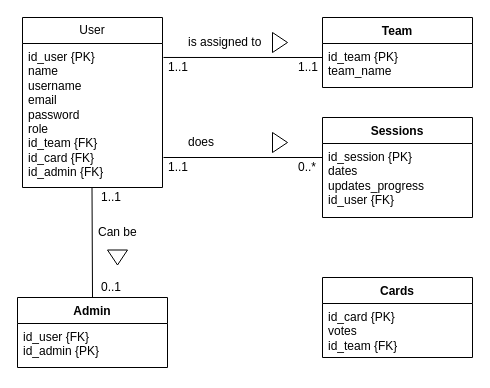
Above: ERD.drawio in frajdzia/HealthCheck (draw.io), before the change. Source tidied: cells renumbered, new cells numbered last; positions are measured from the earlier drawing's top-left corner, leaving out a move shared by most shapes. Both pictures are drawn from the tidied source at 100%, with x=0, y=0 at pixel (17, 17).
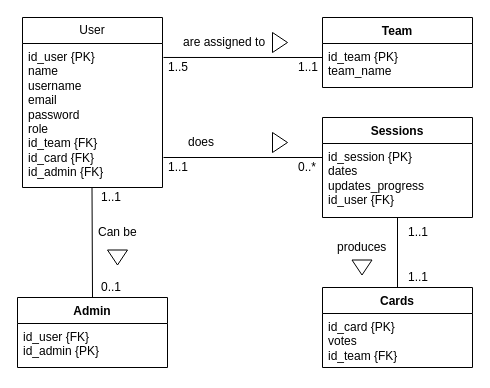
Above is the later version.

The change refers to these unchanged cells:
```xml
<mxCell id="7" value="id_session {PK}&lt;div&gt;dates&lt;/div&gt;&lt;div&gt;updates_progress&lt;/div&gt;&lt;div&gt;id_user {FK}&lt;/div&gt;" style="text;strokeColor=none;fillColor=none;align=left;verticalAlign=top;spacingLeft=4;spacingRight=4;overflow=hidden;points=[[0,0.5],[1,0.5]];portConstraint=eastwest;whiteSpace=wrap;html=1;" parent="6" vertex="1">
  <mxGeometry y="26" width="150" height="74" as="geometry" />
</mxCell>
```

The edit, as a diff of the source:
```diff
@@
     <mxCell id="8" value="Cards" style="swimlane;fontStyle=1;align=center;verticalAlign=top;horizontal=1;startSize=26;whiteSpace=wrap;html=1;" parent="1" vertex="1">
-      <mxGeometry x="305" y="260" width="150" height="80" as="geometry" />
+      <mxGeometry x="305" y="270" width="150" height="80" as="geometry" />
     </mxCell>
@@
-    <mxCell id="19" value="1..1" style="text;strokeColor=none;fillColor=none;align=left;verticalAlign=middle;spacingLeft=4;spacingRight=4;overflow=hidden;whiteSpace=wrap;html=1;" parent="1" vertex="1">
+    <mxCell id="19" value="1..5" style="text;strokeColor=none;fillColor=none;align=left;verticalAlign=middle;spacingLeft=4;spacingRight=4;overflow=hidden;whiteSpace=wrap;html=1;" parent="1" vertex="1">
       <mxGeometry x="145" y="40" width="30" height="20" as="geometry" />
     </mxCell>
-    <mxCell id="20" value="is assigned to" style="text;strokeColor=none;fillColor=none;align=left;verticalAlign=middle;spacingLeft=4;spacingRight=4;overflow=hidden;whiteSpace=wrap;html=1;" parent="1" vertex="1">
-      <mxGeometry x="165" y="10" width="90" height="30" as="geometry" />
+    <mxCell id="20" value="are assigned to" style="text;strokeColor=none;fillColor=none;align=left;verticalAlign=middle;spacingLeft=4;spacingRight=4;overflow=hidden;whiteSpace=wrap;html=1;" parent="1" vertex="1">
+      <mxGeometry x="160" y="10" width="100" height="30" as="geometry" />
     </mxCell>
@@
+    <mxCell id="27" style="endArrow=none;html=1;rounded=0;exitX=0.5;exitY=0;exitDx=0;exitDy=0;entryX=0.5;entryY=1;entryDx=0;entryDy=0;entryPerimeter=0;" parent="1" edge="1" source="8" target="7">
+      <mxGeometry relative="1" as="geometry" />
+    </mxCell>
+    <mxCell id="28" style="triangle;whiteSpace=wrap;html=1;rotation=90;fillColor=light-dark(#FFFFFF,#FFFFFF);" parent="1" vertex="1">
+      <mxGeometry x="337" y="240" width="15" height="20" as="geometry" />
+    </mxCell>
+    <mxCell id="29" value="produces" style="text;strokeColor=none;fillColor=none;align=left;verticalAlign=middle;spacingLeft=4;spacingRight=4;overflow=hidden;whiteSpace=wrap;html=1;" parent="1" vertex="1">
+      <mxGeometry x="314" y="215" width="61" height="30" as="geometry" />
+    </mxCell>
+    <mxCell id="30" value="1..1" style="text;strokeColor=none;fillColor=none;align=left;verticalAlign=middle;spacingLeft=4;spacingRight=4;overflow=hidden;whiteSpace=wrap;html=1;" parent="1" vertex="1">
+      <mxGeometry x="385" y="205" width="30" height="20" as="geometry" />
+    </mxCell>
+    <mxCell id="31" value="1..1" style="text;strokeColor=none;fillColor=none;align=left;verticalAlign=middle;spacingLeft=4;spacingRight=4;overflow=hidden;whiteSpace=wrap;html=1;" parent="1" vertex="1">
+      <mxGeometry x="385" y="250" width="30" height="20" as="geometry" />
+    </mxCell>
```
